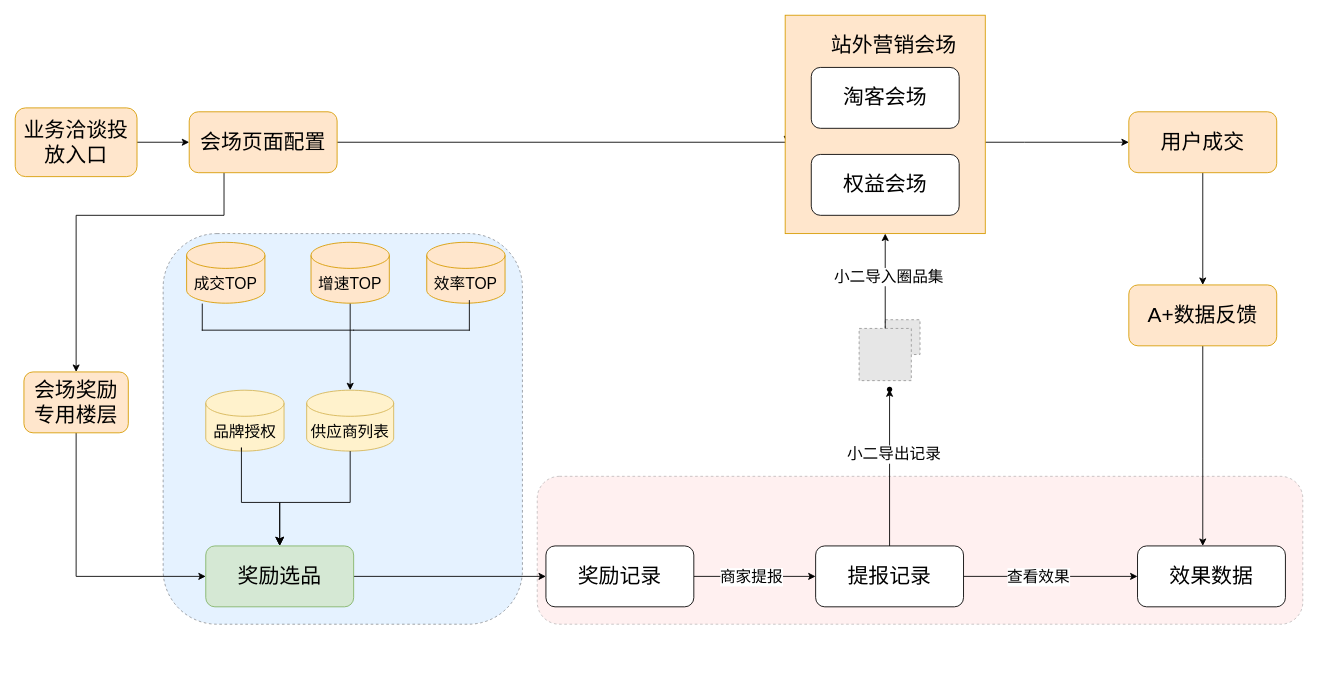
The draw.io diagram 会场流量自运营.drawio in RuishanFang/notes, before the edit. Source tidied: cells renumbered, new cells numbered last; positions are measured from the earlier drawing's top-left corner, leaving out a move shared by most shapes. Both pictures are drawn from the tidied source at 87%, with x=0, y=0 at pixel (15, 15). Pictures stored in the file or linked from it are replaced by grey dashed boxes.
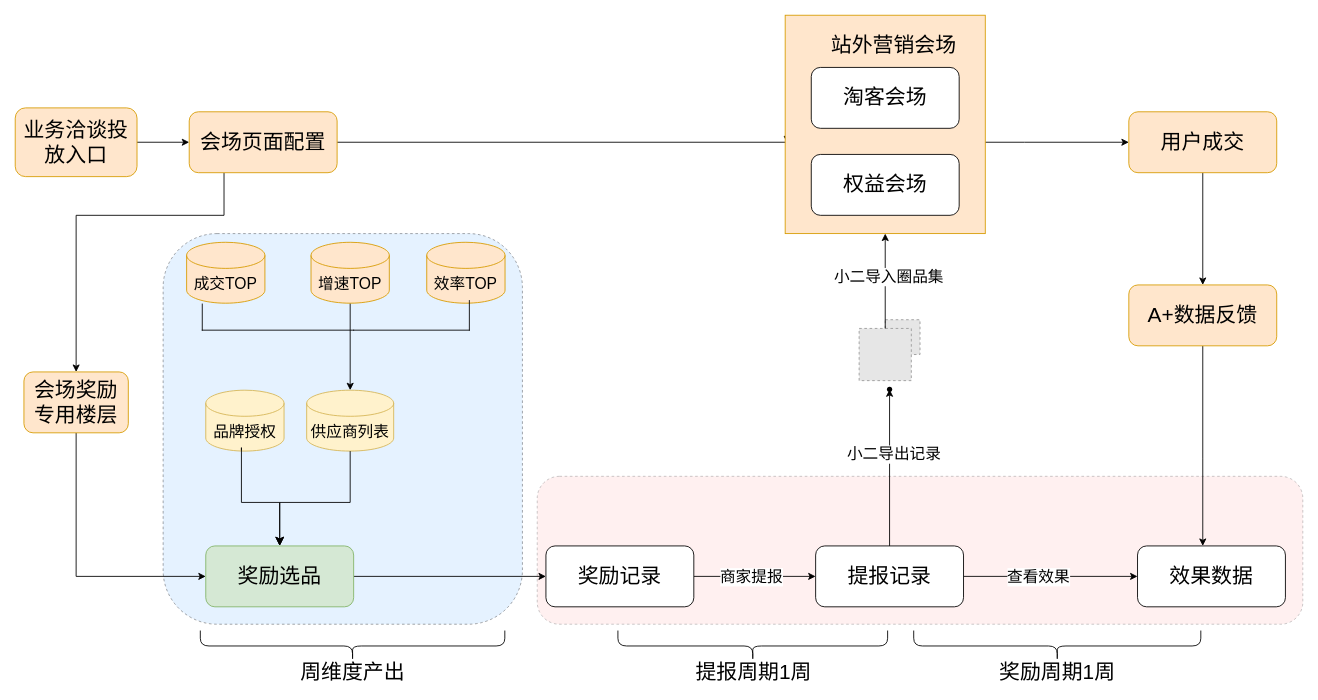
The same diagram, later.

Commit message:
更新会场流量自运营.drawio

The edit, as a diff of the source:
```diff
@@
+    <mxCell id="48" style="shape=curlyBracket;whiteSpace=wrap;html=1;rounded=1;labelPosition=left;verticalLabelPosition=middle;align=right;verticalAlign=middle;rotation=-90;" parent="1" vertex="1">
+      <mxGeometry x="370" y="550" width="35.5" height="350" as="geometry" />
+    </mxCell>
+    <mxCell id="49" style="shape=curlyBracket;whiteSpace=wrap;html=1;rounded=1;labelPosition=left;verticalLabelPosition=middle;align=right;verticalAlign=middle;rotation=-90;" parent="1" vertex="1">
+      <mxGeometry x="830" y="570" width="35.5" height="310" as="geometry" />
+    </mxCell>
+    <mxCell id="50" style="shape=curlyBracket;whiteSpace=wrap;html=1;rounded=1;labelPosition=left;verticalLabelPosition=middle;align=right;verticalAlign=middle;rotation=-90;" parent="1" vertex="1">
+      <mxGeometry x="1180" y="560" width="35.5" height="330" as="geometry" />
+    </mxCell>
+    <mxCell id="51" value="&lt;font style=&quot;font-size: 24px;&quot;&gt;周维度产出&lt;/font&gt;" style="text;html=1;strokeColor=none;fillColor=none;align=center;verticalAlign=middle;whiteSpace=wrap;rounded=0;" parent="1" vertex="1">
+      <mxGeometry x="318.8" y="740" width="137.8" height="30" as="geometry" />
+    </mxCell>
+    <mxCell id="52" value="&lt;font style=&quot;font-size: 24px;&quot;&gt;提报周期1周&lt;/font&gt;" style="text;html=1;strokeColor=none;fillColor=none;align=center;verticalAlign=middle;whiteSpace=wrap;rounded=0;" parent="1" vertex="1">
+      <mxGeometry x="780" y="740" width="137.8" height="30" as="geometry" />
+    </mxCell>
+    <mxCell id="53" value="&lt;font style=&quot;font-size: 24px;&quot;&gt;奖励周期1周&lt;/font&gt;" style="text;html=1;strokeColor=none;fillColor=none;align=center;verticalAlign=middle;whiteSpace=wrap;rounded=0;" parent="1" vertex="1">
+      <mxGeometry x="1128.8" y="740" width="137.8" height="30" as="geometry" />
+    </mxCell>
```
